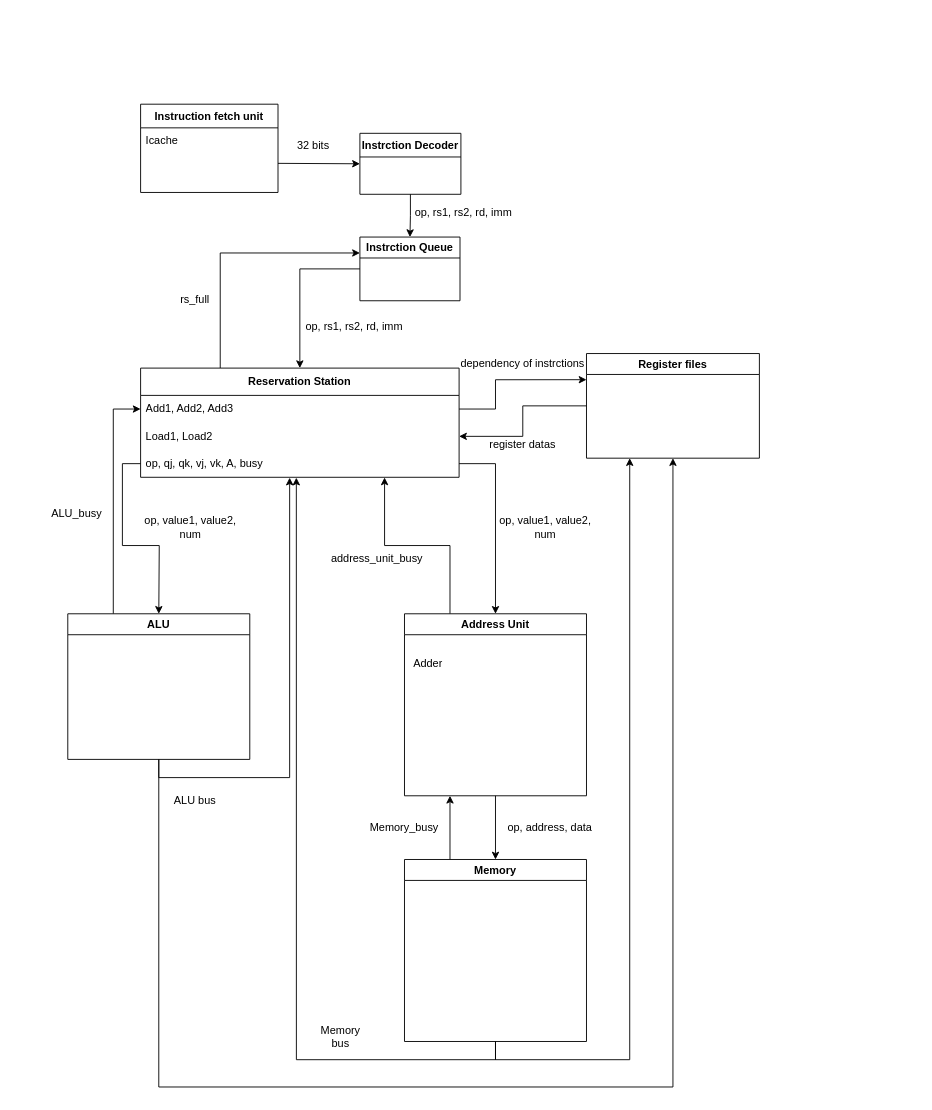
Earlier version of the draw.io diagram CPU.drawio (Seven-Streams/Viola). Source tidied: cells renumbered, new cells numbered last; positions are measured from the earlier drawing's top-left corner, leaving out a move shared by most shapes. Both pictures are drawn from the tidied source at 91%, with x=0, y=0 at pixel (49, 104).
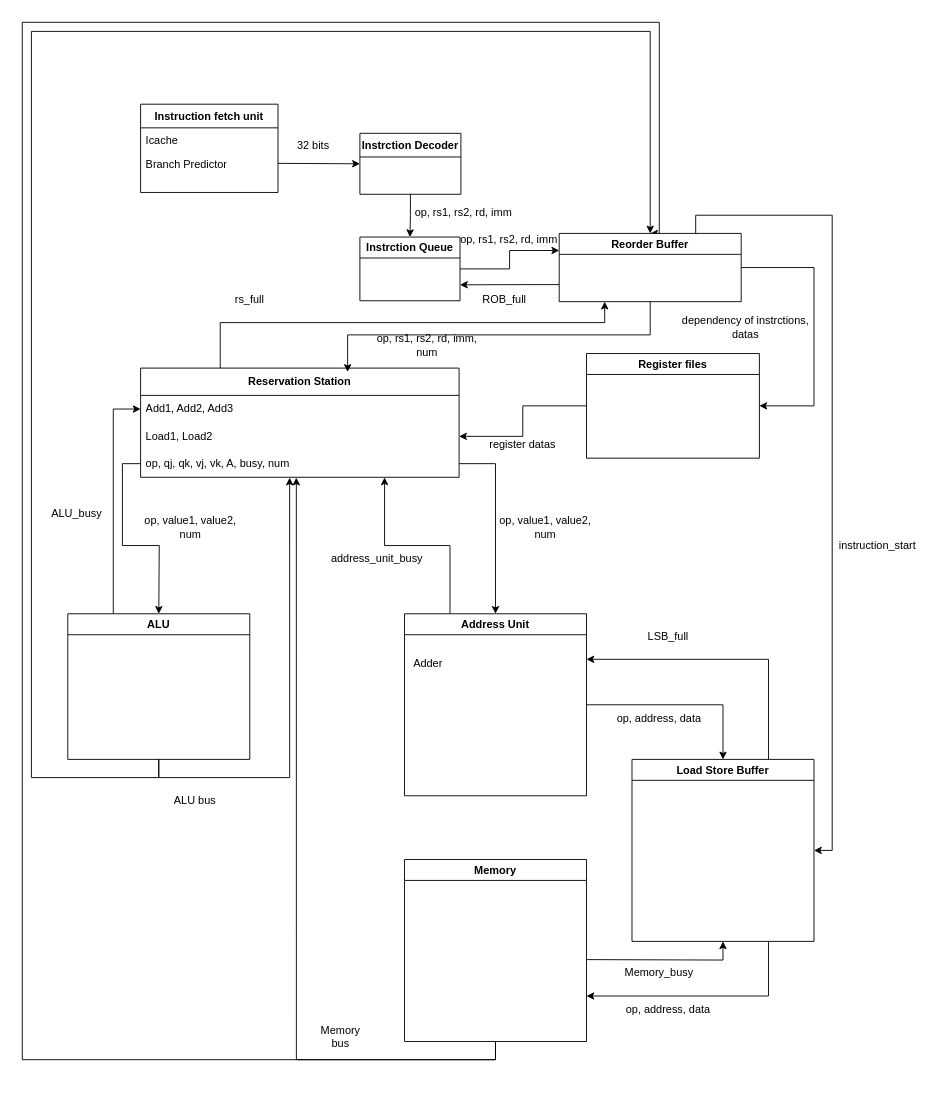
Above is the later version.

The change refers to these unchanged cells:
```xml
<mxCell id="2" value="Instruction fetch unit" style="swimlane;fontStyle=1;align=center;verticalAlign=top;horizontal=1;startSize=26;rounded=0;shadow=0;strokeWidth=1;" parent="1" vertex="1">
  <mxGeometry x="100" width="151" height="97" as="geometry" />
</mxCell>
<mxCell id="9" value="Instrction Queue" style="swimlane;whiteSpace=wrap;html=1;" parent="1" vertex="1">
  <mxGeometry x="341" y="146" width="110" height="70" as="geometry" />
</mxCell>
<mxCell id="12" value="&lt;b&gt;Reservation Station&lt;/b&gt;" style="swimlane;fontStyle=0;horizontal=1;startSize=30;whiteSpace=wrap;html=1;" parent="1" vertex="1">
  <mxGeometry x="100" y="290" width="350" height="120" as="geometry" />
</mxCell>
<mxCell id="13" value="Add1, Add2, Add3" style="text;strokeColor=none;fillColor=none;align=left;verticalAlign=middle;spacingLeft=4;spacingRight=4;overflow=hidden;points=[[0,0.5],[1,0.5]];portConstraint=eastwest;whiteSpace=wrap;html=1;" parent="12" vertex="1">
  <mxGeometry y="30" width="350" height="30" as="geometry" />
</mxCell>
<mxCell id="20" value="Register files" style="swimlane;whiteSpace=wrap;html=1;" parent="1" vertex="1">
  <mxGeometry x="590" y="274" width="190" height="115" as="geometry" />
</mxCell>
<mxCell id="26" value="ALU" style="swimlane;whiteSpace=wrap;html=1;" parent="1" vertex="1">
  <mxGeometry x="20" y="560" width="200" height="160" as="geometry" />
</mxCell>
<mxCell id="31" value="Address Unit" style="swimlane;whiteSpace=wrap;html=1;" parent="1" vertex="1">
  <mxGeometry x="390" y="560" width="200" height="200" as="geometry" />
</mxCell>
<mxCell id="38" value="Memory" style="swimlane;whiteSpace=wrap;html=1;" parent="1" vertex="1">
  <mxGeometry x="390" y="830" width="200" height="200" as="geometry" />
</mxCell>
```

The edit, as a diff of the source:
```diff
@@
+    <mxCell id="45" value="Branch Predictor" style="text;strokeColor=none;fillColor=none;align=left;verticalAlign=middle;spacingLeft=4;spacingRight=4;overflow=hidden;whiteSpace=wrap;html=1;" parent="2" vertex="1">
+      <mxGeometry y="52" width="151" height="30" as="geometry" />
+    </mxCell>
@@
-    <mxCell id="8" style="edgeStyle=orthogonalEdgeStyle;rounded=0;jettySize=auto;html=1;exitX=0;exitY=0.5;exitDx=0;exitDy=0;entryX=0.5;entryY=0;entryDx=0;entryDy=0;" parent="1" edge="1" source="9" target="12">
-      <mxGeometry relative="1" as="geometry" />
-    </mxCell>
+    <mxCell id="46" style="edgeStyle=orthogonalEdgeStyle;rounded=0;jettySize=auto;html=1;exitX=1;exitY=0.5;exitDx=0;exitDy=0;entryX=0;entryY=0.25;entryDx=0;entryDy=0;" parent="1" edge="1" source="9" target="53">
+      <mxGeometry relative="1" as="geometry" />
+    </mxCell>
@@
-    <mxCell id="11" style="edgeStyle=orthogonalEdgeStyle;rounded=0;jettySize=auto;html=1;exitX=0.25;exitY=0;exitDx=0;exitDy=0;entryX=0;entryY=0.25;entryDx=0;entryDy=0;" parent="1" edge="1" source="12" target="9">
-      <mxGeometry relative="1" as="geometry" />
-    </mxCell>
+    <mxCell id="47" style="edgeStyle=orthogonalEdgeStyle;rounded=0;jettySize=auto;html=1;exitX=0.25;exitY=0;exitDx=0;exitDy=0;entryX=0.25;entryY=1;entryDx=0;entryDy=0;" parent="1" edge="1" source="12" target="53">
+      <mxGeometry relative="1" as="geometry">
+        <Array as="points">
+          <mxPoint x="188" y="240" />
+          <mxPoint x="610" y="240" />
+        </Array>
+      </mxGeometry>
+    </mxCell>
@@
-    <mxCell id="16" value="op, qj, qk, vj, vk, A, busy" style="text;strokeColor=none;fillColor=none;align=left;verticalAlign=middle;spacingLeft=4;spacingRight=4;overflow=hidden;points=[[0,0.5],[1,0.5]];portConstraint=eastwest;whiteSpace=wrap;html=1;" parent="12" vertex="1">
+    <mxCell id="16" value="op, qj, qk, vj, vk, A, busy, num" style="text;strokeColor=none;fillColor=none;align=left;verticalAlign=middle;spacingLeft=4;spacingRight=4;overflow=hidden;points=[[0,0.5],[1,0.5]];portConstraint=eastwest;whiteSpace=wrap;html=1;" parent="12" vertex="1">
       <mxGeometry y="90" width="350" height="30" as="geometry" />
     </mxCell>
-    <mxCell id="17" value="op, rs1, rs2, rd, imm" style="text;html=1;align=center;verticalAlign=middle;whiteSpace=wrap;rounded=0;" parent="1" vertex="1">
-      <mxGeometry x="270" y="230" width="130" height="30" as="geometry" />
+    <mxCell id="17" value="op, rs1, rs2, rd, imm, num" style="text;html=1;align=center;verticalAlign=middle;whiteSpace=wrap;rounded=0;" parent="1" vertex="1">
+      <mxGeometry x="350" y="250" width="130" height="30" as="geometry" />
     </mxCell>
     <mxCell id="18" value="rs_full" style="text;html=1;align=center;verticalAlign=middle;whiteSpace=wrap;rounded=0;" parent="1" vertex="1">
-      <mxGeometry x="120" y="200" width="80" height="30" as="geometry" />
+      <mxGeometry x="180" y="200" width="80" height="30" as="geometry" />
     </mxCell>
@@
-    <mxCell id="22" value="dependency of instrctions" style="text;html=1;align=center;verticalAlign=middle;whiteSpace=wrap;rounded=0;" parent="1" vertex="1">
-      <mxGeometry x="445" y="270" width="150" height="30" as="geometry" />
+    <mxCell id="22" value="dependency of instrctions,&lt;div&gt;datas&lt;/div&gt;" style="text;html=1;align=center;verticalAlign=middle;whiteSpace=wrap;rounded=0;" parent="1" vertex="1">
+      <mxGeometry x="690" y="230" width="150" height="30" as="geometry" />
     </mxCell>
-    <mxCell id="23" style="edgeStyle=orthogonalEdgeStyle;rounded=0;jettySize=auto;html=1;exitX=1;exitY=0.5;exitDx=0;exitDy=0;entryX=0;entryY=0.25;entryDx=0;entryDy=0;" parent="1" edge="1" source="13" target="20">
-      <mxGeometry relative="1" as="geometry">
-        <Array as="points">
-          <mxPoint x="490" y="335" />
-          <mxPoint x="490" y="303" />
-        </Array>
-      </mxGeometry>
-    </mxCell>
@@
-    <mxCell id="25" style="edgeStyle=orthogonalEdgeStyle;rounded=0;jettySize=auto;html=1;exitX=0.5;exitY=1;exitDx=0;exitDy=0;entryX=0.5;entryY=1;entryDx=0;entryDy=0;" parent="1" edge="1" source="26" target="20">
-      <mxGeometry relative="1" as="geometry">
-        <Array as="points">
-          <mxPoint x="120" y="1080" />
-          <mxPoint x="685" y="1080" />
-        </Array>
-      </mxGeometry>
-    </mxCell>
+    <mxCell id="48" style="edgeStyle=orthogonalEdgeStyle;rounded=0;jettySize=auto;html=1;exitX=0.5;exitY=1;exitDx=0;exitDy=0;entryX=0.5;entryY=0;entryDx=0;entryDy=0;" parent="1" edge="1" source="26" target="53">
+      <mxGeometry relative="1" as="geometry">
+        <Array as="points">
+          <mxPoint x="120" y="740" />
+          <mxPoint x="-20" y="740" />
+          <mxPoint x="-20" y="-80" />
+          <mxPoint x="660" y="-80" />
+        </Array>
+      </mxGeometry>
+    </mxCell>
@@
-    <mxCell id="30" style="edgeStyle=orthogonalEdgeStyle;rounded=0;jettySize=auto;html=1;exitX=0.5;exitY=1;exitDx=0;exitDy=0;" parent="1" edge="1" source="31" target="38">
+    <mxCell id="30" style="edgeStyle=orthogonalEdgeStyle;rounded=0;jettySize=auto;html=1;entryX=0.5;entryY=0;entryDx=0;entryDy=0;exitX=1;exitY=0.5;exitDx=0;exitDy=0;" parent="1" edge="1" source="31" target="59">
       <mxGeometry relative="1" as="geometry" />
     </mxCell>
@@
-    <mxCell id="36" style="edgeStyle=orthogonalEdgeStyle;rounded=0;jettySize=auto;html=1;exitX=0.25;exitY=0;exitDx=0;exitDy=0;entryX=0.25;entryY=1;entryDx=0;entryDy=0;" parent="1" edge="1" source="38" target="31">
-      <mxGeometry relative="1" as="geometry" />
+    <mxCell id="36" style="edgeStyle=orthogonalEdgeStyle;rounded=0;jettySize=auto;html=1;entryX=0.5;entryY=1;entryDx=0;entryDy=0;" parent="1" edge="1" target="59">
+      <mxGeometry relative="1" as="geometry">
+        <mxPoint x="590" y="940" as="sourcePoint" />
+      </mxGeometry>
     </mxCell>
-    <mxCell id="37" style="edgeStyle=orthogonalEdgeStyle;rounded=0;jettySize=auto;html=1;exitX=0.5;exitY=1;exitDx=0;exitDy=0;entryX=0.25;entryY=1;entryDx=0;entryDy=0;" parent="1" edge="1" source="38" target="20">
-      <mxGeometry relative="1" as="geometry" />
-    </mxCell>
+    <mxCell id="49" style="edgeStyle=orthogonalEdgeStyle;rounded=0;jettySize=auto;html=1;exitX=0.5;exitY=1;exitDx=0;exitDy=0;entryX=0.5;entryY=0;entryDx=0;entryDy=0;" parent="1" edge="1" source="38" target="53">
+      <mxGeometry relative="1" as="geometry">
+        <Array as="points">
+          <mxPoint x="490" y="1050" />
+          <mxPoint x="-30" y="1050" />
+          <mxPoint x="-30" y="-90" />
+          <mxPoint x="670" y="-90" />
+          <mxPoint x="670" y="142" />
+        </Array>
+      </mxGeometry>
+    </mxCell>
@@
     <mxCell id="39" value="Memory_busy" style="text;html=1;align=center;verticalAlign=middle;whiteSpace=wrap;rounded=0;" parent="1" vertex="1">
-      <mxGeometry x="360" y="780" width="60" height="30" as="geometry" />
+      <mxGeometry x="640" y="940" width="60" height="30" as="geometry" />
     </mxCell>
     <mxCell id="40" value="op, address, data" style="text;html=1;align=center;verticalAlign=middle;whiteSpace=wrap;rounded=0;" parent="1" vertex="1">
-      <mxGeometry x="490" y="780" width="120" height="30" as="geometry" />
+      <mxGeometry x="610" y="660" width="120" height="30" as="geometry" />
     </mxCell>
@@
+    <mxCell id="50" style="edgeStyle=orthogonalEdgeStyle;rounded=0;jettySize=auto;html=1;exitX=0;exitY=0.75;exitDx=0;exitDy=0;entryX=1;entryY=0.75;entryDx=0;entryDy=0;" parent="1" edge="1" source="53" target="9">
+      <mxGeometry relative="1" as="geometry" />
+    </mxCell>
+    <mxCell id="51" style="edgeStyle=orthogonalEdgeStyle;rounded=0;jettySize=auto;html=1;exitX=1;exitY=0.5;exitDx=0;exitDy=0;entryX=1;entryY=0.5;entryDx=0;entryDy=0;" parent="1" edge="1" source="53" target="20">
+      <mxGeometry relative="1" as="geometry">
+        <Array as="points">
+          <mxPoint x="840" y="180" />
+          <mxPoint x="840" y="332" />
+        </Array>
+      </mxGeometry>
+    </mxCell>
+    <mxCell id="52" style="edgeStyle=orthogonalEdgeStyle;rounded=0;jettySize=auto;html=1;exitX=0.75;exitY=0;exitDx=0;exitDy=0;entryX=1;entryY=0.5;entryDx=0;entryDy=0;" parent="1" edge="1" source="53" target="59">
+      <mxGeometry relative="1" as="geometry" />
+    </mxCell>
+    <mxCell id="53" value="Reorder Buffer" style="swimlane;whiteSpace=wrap;html=1;" parent="1" vertex="1">
+      <mxGeometry x="560" y="142" width="200" height="75" as="geometry" />
+    </mxCell>
+    <mxCell id="54" value="op, rs1, rs2, rd, imm" style="text;html=1;align=center;verticalAlign=middle;whiteSpace=wrap;rounded=0;" parent="1" vertex="1">
+      <mxGeometry x="450" y="134" width="110" height="30" as="geometry" />
+    </mxCell>
+    <mxCell id="55" value="ROB_full" style="text;html=1;align=center;verticalAlign=middle;whiteSpace=wrap;rounded=0;" parent="1" vertex="1">
+      <mxGeometry x="470" y="200" width="60" height="30" as="geometry" />
+    </mxCell>
+    <mxCell id="56" style="edgeStyle=orthogonalEdgeStyle;rounded=0;jettySize=auto;html=1;exitX=0.5;exitY=1;exitDx=0;exitDy=0;entryX=0.65;entryY=0.035;entryDx=0;entryDy=0;entryPerimeter=0;" parent="1" edge="1" source="53" target="12">
+      <mxGeometry relative="1" as="geometry" />
+    </mxCell>
+    <mxCell id="57" style="edgeStyle=orthogonalEdgeStyle;rounded=0;jettySize=auto;html=1;exitX=0.75;exitY=1;exitDx=0;exitDy=0;entryX=1;entryY=0.75;entryDx=0;entryDy=0;" parent="1" edge="1" source="59" target="38">
+      <mxGeometry relative="1" as="geometry" />
+    </mxCell>
+    <mxCell id="58" style="edgeStyle=orthogonalEdgeStyle;rounded=0;jettySize=auto;html=1;exitX=0.75;exitY=0;exitDx=0;exitDy=0;entryX=1;entryY=0.25;entryDx=0;entryDy=0;" parent="1" edge="1" source="59" target="31">
+      <mxGeometry relative="1" as="geometry" />
+    </mxCell>
+    <mxCell id="59" value="Load Store Buffer" style="swimlane;whiteSpace=wrap;html=1;" parent="1" vertex="1">
+      <mxGeometry x="640" y="720" width="200" height="200" as="geometry" />
+    </mxCell>
+    <mxCell id="60" value="op, address, data" style="text;html=1;align=center;verticalAlign=middle;whiteSpace=wrap;rounded=0;" parent="1" vertex="1">
+      <mxGeometry x="620" y="980" width="120" height="30" as="geometry" />
+    </mxCell>
+    <mxCell id="61" value="LSB_full" style="text;html=1;align=center;verticalAlign=middle;whiteSpace=wrap;rounded=0;" parent="1" vertex="1">
+      <mxGeometry x="650" y="570" width="60" height="30" as="geometry" />
+    </mxCell>
+    <mxCell id="62" value="instruction_start" style="text;html=1;align=center;verticalAlign=middle;whiteSpace=wrap;rounded=0;" parent="1" vertex="1">
+      <mxGeometry x="880" y="470" width="60" height="30" as="geometry" />
+    </mxCell>
```
